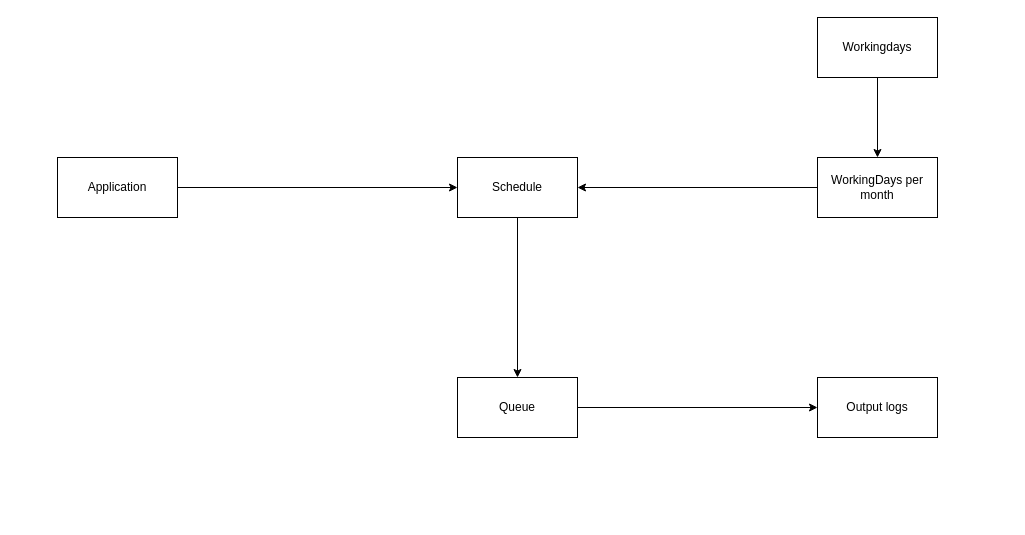
Earlier version of the draw.io diagram Entities.drawio (huube/WorkingdayScheduler). Source tidied: cells renumbered, new cells numbered last; positions are measured from the earlier drawing's top-left corner, leaving out a move shared by most shapes. Both pictures are drawn from the tidied source at 100%, with x=0, y=0 at pixel (57, 17).
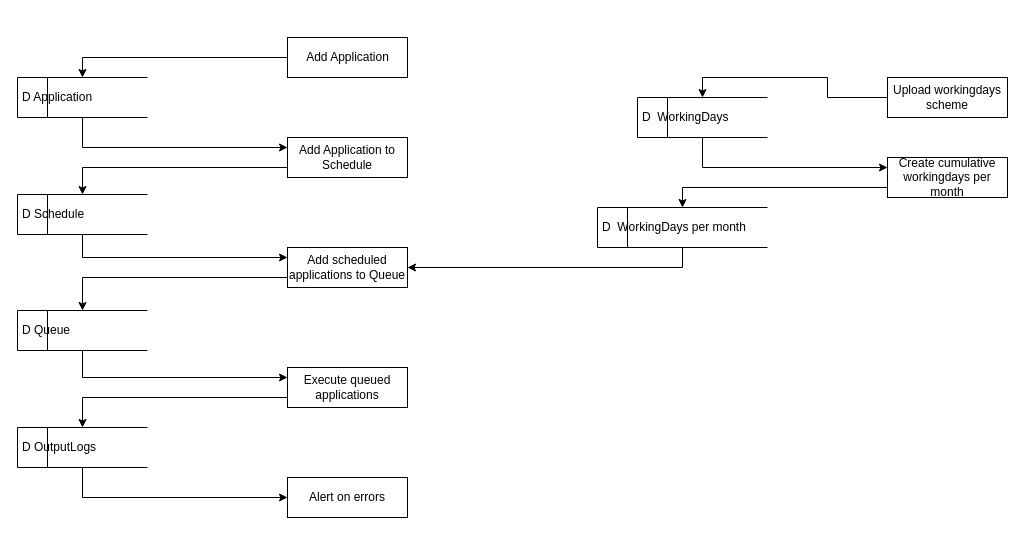
The same page after the edit.

What changed in the source:
```diff
@@
-    <mxCell id="2" style="edgeStyle=orthogonalEdgeStyle;rounded=0;jettySize=auto;html=1;exitX=1;exitY=0.5;exitDx=0;exitDy=0;entryX=0;entryY=0.5;entryDx=0;entryDy=0;" parent="1" edge="1" source="3" target="5">
-      <mxGeometry relative="1" as="geometry" />
-    </mxCell>
-    <mxCell id="3" value="Application" style="whiteSpace=wrap;html=1;" parent="1" vertex="1">
-      <mxGeometry y="140" width="120" height="60" as="geometry" />
-    </mxCell>
-    <mxCell id="4" style="edgeStyle=orthogonalEdgeStyle;rounded=0;jettySize=auto;html=1;exitX=0.5;exitY=1;exitDx=0;exitDy=0;" parent="1" edge="1" source="5" target="7">
-      <mxGeometry relative="1" as="geometry" />
-    </mxCell>
-    <mxCell id="5" value="Schedule" style="whiteSpace=wrap;html=1;" parent="1" vertex="1">
-      <mxGeometry x="400" y="140" width="120" height="60" as="geometry" />
-    </mxCell>
-    <mxCell id="6" style="edgeStyle=orthogonalEdgeStyle;rounded=0;jettySize=auto;html=1;exitX=1;exitY=0.5;exitDx=0;exitDy=0;" parent="1" edge="1" source="7" target="12">
-      <mxGeometry relative="1" as="geometry" />
-    </mxCell>
-    <mxCell id="7" value="Queue" style="whiteSpace=wrap;html=1;" parent="1" vertex="1">
-      <mxGeometry x="400" y="360" width="120" height="60" as="geometry" />
-    </mxCell>
-    <mxCell id="8" style="edgeStyle=orthogonalEdgeStyle;rounded=0;jettySize=auto;html=1;exitX=0.5;exitY=1;exitDx=0;exitDy=0;entryX=0.5;entryY=0;entryDx=0;entryDy=0;" parent="1" edge="1" source="9" target="11">
-      <mxGeometry relative="1" as="geometry" />
-    </mxCell>
-    <mxCell id="9" value="Workingdays" style="whiteSpace=wrap;html=1;" parent="1" vertex="1">
-      <mxGeometry x="760" width="120" height="60" as="geometry" />
-    </mxCell>
-    <mxCell id="10" style="edgeStyle=orthogonalEdgeStyle;rounded=0;jettySize=auto;html=1;entryX=1;entryY=0.5;entryDx=0;entryDy=0;" parent="1" edge="1" source="11" target="5">
-      <mxGeometry relative="1" as="geometry" />
-    </mxCell>
-    <mxCell id="11" value="WorkingDays per month" style="whiteSpace=wrap;html=1;" parent="1" vertex="1">
-      <mxGeometry x="760" y="140" width="120" height="60" as="geometry" />
-    </mxCell>
-    <mxCell id="12" value="Output logs" style="whiteSpace=wrap;html=1;" parent="1" vertex="1">
-      <mxGeometry x="760" y="360" width="120" height="60" as="geometry" />
-    </mxCell>
+    <mxCell id="13" style="edgeStyle=orthogonalEdgeStyle;rounded=0;jettySize=auto;html=1;exitX=0.5;exitY=1;exitDx=0;exitDy=0;entryX=0;entryY=0.25;entryDx=0;entryDy=0;startArrow=none;startFill=0;" parent="1" edge="1" source="14" target="28">
+      <mxGeometry relative="1" as="geometry" />
+    </mxCell>
+    <mxCell id="14" value="D&lt;span style=&quot;white-space: pre&quot;&gt; &lt;/span&gt;Application" style="html=1;dashed=0;whitespace=wrap;shape=mxgraph.dfd.dataStoreID;align=left;spacingLeft=3;points=[[0,0],[0.5,0],[1,0],[0,0.5],[1,0.5],[0,1],[0.5,1],[1,1]];" parent="1" vertex="1">
+      <mxGeometry x="-40" y="60" width="130" height="40" as="geometry" />
+    </mxCell>
+    <mxCell id="15" style="edgeStyle=orthogonalEdgeStyle;rounded=0;jettySize=auto;html=1;exitX=0.5;exitY=1;exitDx=0;exitDy=0;entryX=0;entryY=0.25;entryDx=0;entryDy=0;startArrow=none;startFill=0;" parent="1" edge="1" source="16" target="30">
+      <mxGeometry relative="1" as="geometry" />
+    </mxCell>
+    <mxCell id="16" value="D&lt;span style=&quot;white-space: pre&quot;&gt; &lt;/span&gt;Schedule" style="html=1;dashed=0;whitespace=wrap;shape=mxgraph.dfd.dataStoreID;align=left;spacingLeft=3;points=[[0,0],[0.5,0],[1,0],[0,0.5],[1,0.5],[0,1],[0.5,1],[1,1]];" parent="1" vertex="1">
+      <mxGeometry x="-40" y="177" width="130" height="40" as="geometry" />
+    </mxCell>
+    <mxCell id="17" style="edgeStyle=orthogonalEdgeStyle;rounded=0;jettySize=auto;html=1;exitX=0.5;exitY=1;exitDx=0;exitDy=0;entryX=0;entryY=0.25;entryDx=0;entryDy=0;startArrow=none;startFill=0;endArrow=classic;endFill=1;" parent="1" edge="1" source="18" target="32">
+      <mxGeometry relative="1" as="geometry" />
+    </mxCell>
+    <mxCell id="18" value="D&lt;span style=&quot;white-space: pre&quot;&gt; &lt;/span&gt;Queue" style="html=1;dashed=0;whitespace=wrap;shape=mxgraph.dfd.dataStoreID;align=left;spacingLeft=3;points=[[0,0],[0.5,0],[1,0],[0,0.5],[1,0.5],[0,1],[0.5,1],[1,1]];" parent="1" vertex="1">
+      <mxGeometry x="-40" y="293" width="130" height="40" as="geometry" />
+    </mxCell>
+    <mxCell id="19" style="edgeStyle=orthogonalEdgeStyle;rounded=0;jettySize=auto;html=1;exitX=0.5;exitY=1;exitDx=0;exitDy=0;entryX=0;entryY=0.5;entryDx=0;entryDy=0;startArrow=none;startFill=0;endArrow=classic;endFill=1;" parent="1" edge="1" source="20" target="35">
+      <mxGeometry relative="1" as="geometry" />
+    </mxCell>
+    <mxCell id="20" value="D&lt;span style=&quot;white-space: pre&quot;&gt; &lt;/span&gt;OutputLogs" style="html=1;dashed=0;whitespace=wrap;shape=mxgraph.dfd.dataStoreID;align=left;spacingLeft=3;points=[[0,0],[0.5,0],[1,0],[0,0.5],[1,0.5],[0,1],[0.5,1],[1,1]];" parent="1" vertex="1">
+      <mxGeometry x="-40" y="410" width="130" height="40" as="geometry" />
+    </mxCell>
+    <mxCell id="21" style="edgeStyle=orthogonalEdgeStyle;rounded=0;jettySize=auto;html=1;exitX=0.5;exitY=1;exitDx=0;exitDy=0;entryX=0;entryY=0.25;entryDx=0;entryDy=0;startArrow=none;startFill=0;endArrow=classic;endFill=1;" parent="1" edge="1" source="22" target="37">
+      <mxGeometry relative="1" as="geometry" />
+    </mxCell>
+    <mxCell id="22" value="D&lt;span style=&quot;white-space: pre&quot;&gt; &lt;/span&gt;&amp;nbsp;WorkingDays&lt;br&gt;" style="html=1;dashed=0;whitespace=wrap;shape=mxgraph.dfd.dataStoreID;align=left;spacingLeft=3;points=[[0,0],[0.5,0],[1,0],[0,0.5],[1,0.5],[0,1],[0.5,1],[1,1]];" parent="1" vertex="1">
+      <mxGeometry x="580" y="80" width="130" height="40" as="geometry" />
+    </mxCell>
+    <mxCell id="23" style="edgeStyle=orthogonalEdgeStyle;rounded=0;jettySize=auto;html=1;exitX=0.5;exitY=1;exitDx=0;exitDy=0;entryX=1;entryY=0.5;entryDx=0;entryDy=0;startArrow=none;startFill=0;endArrow=classic;endFill=1;" parent="1" edge="1" source="24" target="30">
+      <mxGeometry relative="1" as="geometry" />
+    </mxCell>
+    <mxCell id="24" value="D&lt;span style=&quot;white-space: pre&quot;&gt; &lt;/span&gt;&amp;nbsp;WorkingDays per month" style="html=1;dashed=0;whitespace=wrap;shape=mxgraph.dfd.dataStoreID;align=left;spacingLeft=3;points=[[0,0],[0.5,0],[1,0],[0,0.5],[1,0.5],[0,1],[0.5,1],[1,1]];" parent="1" vertex="1">
+      <mxGeometry x="540" y="190" width="170" height="40" as="geometry" />
+    </mxCell>
+    <mxCell id="25" style="edgeStyle=orthogonalEdgeStyle;rounded=0;jettySize=auto;html=1;exitX=0;exitY=0.5;exitDx=0;exitDy=0;entryX=0.5;entryY=0;entryDx=0;entryDy=0;startArrow=none;startFill=0;endArrow=classic;endFill=1;" parent="1" edge="1" source="26" target="14">
+      <mxGeometry relative="1" as="geometry" />
+    </mxCell>
+    <mxCell id="26" value="Add Application" style="html=1;dashed=0;whitespace=wrap;" parent="1" vertex="1">
+      <mxGeometry x="230" y="20" width="120" height="40" as="geometry" />
+    </mxCell>
+    <mxCell id="27" style="edgeStyle=orthogonalEdgeStyle;rounded=0;jettySize=auto;html=1;exitX=0;exitY=0.75;exitDx=0;exitDy=0;entryX=0.5;entryY=0;entryDx=0;entryDy=0;startArrow=none;startFill=0;" parent="1" edge="1" source="28" target="16">
+      <mxGeometry relative="1" as="geometry" />
+    </mxCell>
+    <mxCell id="28" value="Add Application to Schedule" style="html=1;dashed=0;whitespace=wrap;verticalAlign=middle;whiteSpace=wrap;" parent="1" vertex="1">
+      <mxGeometry x="230" y="120" width="120" height="40" as="geometry" />
+    </mxCell>
+    <mxCell id="29" style="edgeStyle=orthogonalEdgeStyle;rounded=0;jettySize=auto;html=1;exitX=0;exitY=0.75;exitDx=0;exitDy=0;entryX=0.5;entryY=0;entryDx=0;entryDy=0;startArrow=none;startFill=0;" parent="1" edge="1" source="30" target="18">
+      <mxGeometry relative="1" as="geometry" />
+    </mxCell>
+    <mxCell id="30" value="Add scheduled applications to Queue" style="html=1;dashed=0;whitespace=wrap;verticalAlign=middle;whiteSpace=wrap;" parent="1" vertex="1">
+      <mxGeometry x="230" y="230" width="120" height="40" as="geometry" />
+    </mxCell>
+    <mxCell id="31" style="edgeStyle=orthogonalEdgeStyle;rounded=0;jettySize=auto;html=1;exitX=0;exitY=0.75;exitDx=0;exitDy=0;entryX=0.5;entryY=0;entryDx=0;entryDy=0;startArrow=none;startFill=0;endArrow=classic;endFill=1;" parent="1" edge="1" source="32" target="20">
+      <mxGeometry relative="1" as="geometry" />
+    </mxCell>
+    <mxCell id="32" value="Execute queued applications" style="html=1;dashed=0;whitespace=wrap;verticalAlign=middle;whiteSpace=wrap;" parent="1" vertex="1">
+      <mxGeometry x="230" y="350" width="120" height="40" as="geometry" />
+    </mxCell>
+    <mxCell id="33" style="edgeStyle=orthogonalEdgeStyle;rounded=0;jettySize=auto;html=1;exitX=0;exitY=0.5;exitDx=0;exitDy=0;startArrow=none;startFill=0;endArrow=classic;endFill=1;entryX=0.5;entryY=0;entryDx=0;entryDy=0;" parent="1" edge="1" source="34" target="22">
+      <mxGeometry relative="1" as="geometry" />
+    </mxCell>
+    <mxCell id="34" value="Upload workingdays scheme" style="html=1;dashed=0;whitespace=wrap;verticalAlign=middle;whiteSpace=wrap;" parent="1" vertex="1">
+      <mxGeometry x="830" y="60" width="120" height="40" as="geometry" />
+    </mxCell>
+    <mxCell id="35" value="Alert on errors" style="html=1;dashed=0;whitespace=wrap;verticalAlign=middle;whiteSpace=wrap;" parent="1" vertex="1">
+      <mxGeometry x="230" y="460" width="120" height="40" as="geometry" />
+    </mxCell>
+    <mxCell id="36" style="edgeStyle=orthogonalEdgeStyle;rounded=0;jettySize=auto;html=1;exitX=0;exitY=0.75;exitDx=0;exitDy=0;entryX=0.5;entryY=0;entryDx=0;entryDy=0;startArrow=none;startFill=0;endArrow=classic;endFill=1;" parent="1" edge="1" source="37" target="24">
+      <mxGeometry relative="1" as="geometry" />
+    </mxCell>
+    <mxCell id="37" value="Create cumulative workingdays per month" style="html=1;dashed=0;whitespace=wrap;verticalAlign=middle;whiteSpace=wrap;" parent="1" vertex="1">
+      <mxGeometry x="830" y="140" width="120" height="40" as="geometry" />
+    </mxCell>
```
